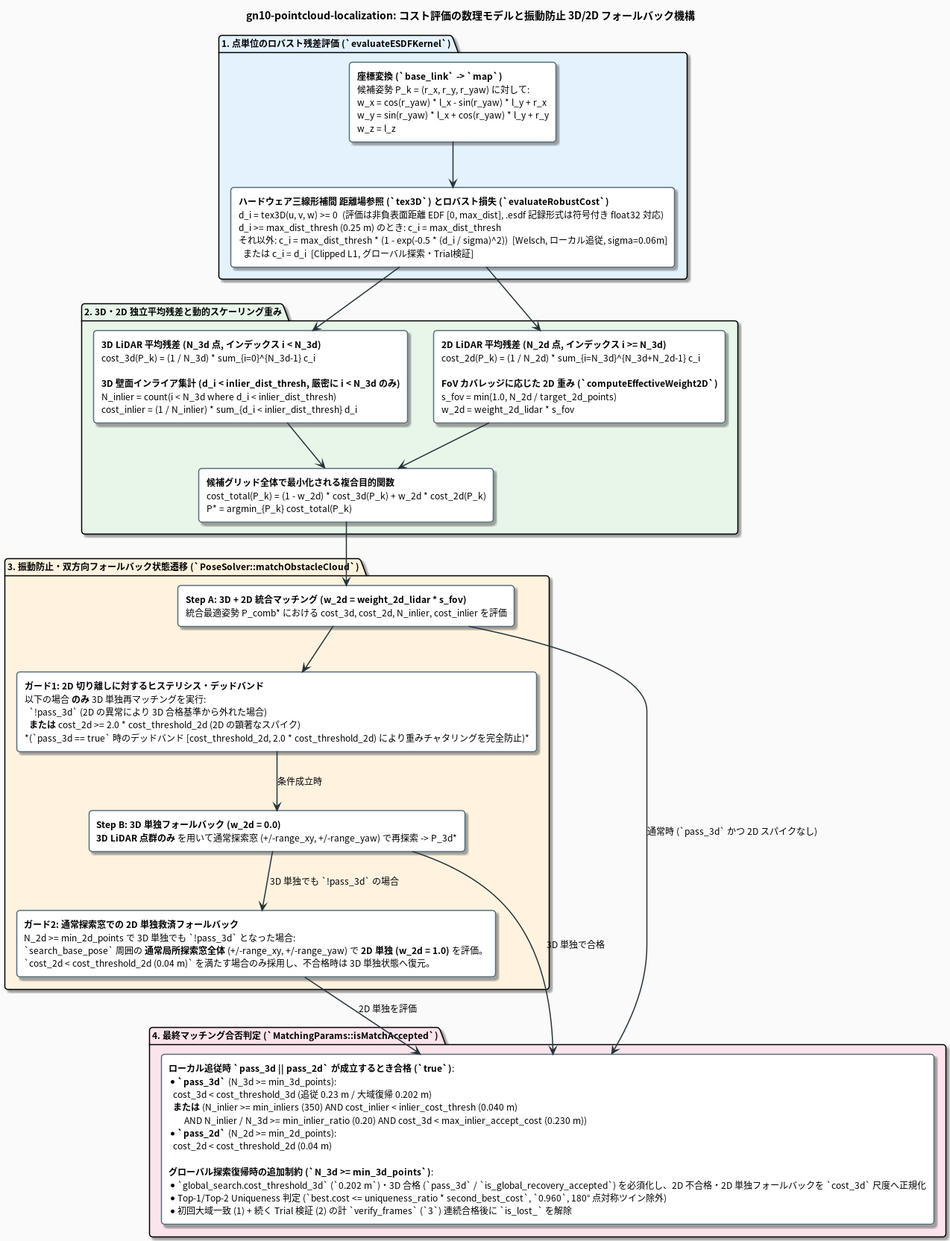
Above: docs/matching_cost_and_weighting_jp.png in tmcit-ararobo-2026a/gn10-pointcloud-localization (PlantUML), before the change. The source it was exported from:
```plantuml
@startuml matching_cost_and_weighting_jp
skinparam backgroundColor #FAFAFA
skinparam defaultFontName "Roboto, Noto Sans CJK JP, sans-serif"
skinparam defaultFontSize 12
skinparam roundCorner 8
skinparam shadowing true
skinparam ArrowColor #263238
skinparam ArrowThickness 1.5

skinparam rectangle {
    BackgroundColor #FFFFFF
    BorderColor #546E7A
    BorderThickness 1.5
}

skinparam note {
    BackgroundColor #FFF8E1
    BorderColor #FFB300
    FontColor #263238
}

title **gn10-pointcloud-localization: コスト評価の数理モデルと振動防止 3D/2D フォールバック機構**

package "1. 点単位のロバスト残差評価 (`evaluateESDFKernel`)" #E3F2FD {
    rectangle "**座標変換 (`base_link` -> `map`)**\n候補姿勢 P_k = (r_x, r_y, r_yaw) に対して:\nw_x = cos(r_yaw) * l_x - sin(r_yaw) * l_y + r_x\nw_y = sin(r_yaw) * l_x + cos(r_yaw) * l_y + r_y\nw_z = l_z" as TF_EQ

    rectangle "**ハードウェア三線形補間 距離場参照 (`tex3D`) とロバスト損失 (`evaluateRobustCost`)**\nd_i = tex3D(u, v, w) >= 0  (評価は非負表面距離 EDF [0, max_dist], .esdf 記録形式は符号付き float32 対応)\nd_i >= max_dist_thresh (0.25 m) のとき: c_i = max_dist_thresh\nそれ以外: c_i = max_dist_thresh * (1 - exp(-0.5 * (d_i / sigma)^2))  [Welsch, ローカル追従, sigma=0.06m]\n  または c_i = d_i  [Clipped L1, グローバル探索・Trial検証]" as CLIP_EQ

    TF_EQ -down-> CLIP_EQ
}

package "2. 3D・2D 独立平均残差と動的スケーリング重み" #E8F5E9 {
    rectangle "**3D LiDAR 平均残差 (N_3d 点, インデックス i < N_3d)**\ncost_3d(P_k) = (1 / N_3d) * sum_{i=0}^{N_3d-1} c_i\n\n**3D 壁面インライア集計 (d_i < inlier_dist_thresh, 厳密に i < N_3d のみ)**\nN_inlier = count(i < N_3d where d_i < inlier_dist_thresh)\ncost_inlier = (1 / N_inlier) * sum_{d_i < inlier_dist_thresh} d_i" as COST_3D

    rectangle "**2D LiDAR 平均残差 (N_2d 点, インデックス i >= N_3d)**\ncost_2d(P_k) = (1 / N_2d) * sum_{i=N_3d}^{N_3d+N_2d-1} c_i\n\n**FoV カバレッジに応じた 2D 重み (`computeEffectiveWeight2D`)**\ns_fov = min(1.0, N_2d / target_2d_points)\nw_2d = weight_2d_lidar * s_fov" as COST_2D

    rectangle "**候補グリッド全体で最小化される複合目的関数**\ncost_total(P_k) = (1 - w_2d) * cost_3d(P_k) + w_2d * cost_2d(P_k)\nP* = argmin_{P_k} cost_total(P_k)" as COMP_EQ

    COST_3D -down-> COMP_EQ
    COST_2D -down-> COMP_EQ
}

CLIP_EQ -down-> COST_3D
CLIP_EQ -down-> COST_2D

package "3. 振動防止・双方向フォールバック状態遷移 (`PoseSolver::matchObstacleCloud`)" #FFF3E0 {
    rectangle "**Step A: 3D + 2D 統合マッチング (w_2d = weight_2d_lidar * s_fov)**\n統合最適姿勢 P_comb* における cost_3d, cost_2d, N_inlier, cost_inlier を評価" as STEP_A

    rectangle "**ガード1: 2D 切り離しに対するヒステリシス・デッドバンド**\n以下の場合 **のみ** 3D 単独再マッチングを実行:\n  `!pass_3d` (2D の異常により 3D 合格基準から外れた場合)\n  **または** cost_2d >= 2.0 * cost_threshold_2d (2D の顕著なスパイク)\n*(`pass_3d == true` 時のデッドバンド [cost_threshold_2d, 2.0 * cost_threshold_2d) により重みチャタリングを完全防止)*" as GUARD_1

    rectangle "**Step B: 3D 単独フォールバック (w_2d = 0.0)**\n**3D LiDAR 点群のみ** を用いて通常探索窓 (+/-range_xy, +/-range_yaw) で再探索 -> P_3d*" as STEP_B

    rectangle "**ガード2: 通常探索窓での 2D 単独救済フォールバック**\nN_2d >= min_2d_points で 3D 単独でも `!pass_3d` となった場合:\n`search_base_pose` 周囲の **通常局所探索窓全体** (+/-range_xy, +/-range_yaw) で **2D 単独 (w_2d = 1.0)** を評価。\n`cost_2d < cost_threshold_2d (0.04 m)` を満たす場合のみ採用し、不合格時は 3D 単独状態へ復元。" as STEP_C

    STEP_A -down-> GUARD_1
    GUARD_1 -down-> STEP_B : 条件成立時
    STEP_B -down-> STEP_C : 3D 単独でも `!pass_3d` の場合
}

COMP_EQ -down-> STEP_A

package "4. 最終マッチング合否判定 (`MatchingParams::isMatchAccepted`)" #FCE4EC {
    rectangle "**ローカル追従時 `pass_3d || pass_2d` が成立するとき合格 (`true`)**:\n* **`pass_3d`** (N_3d >= min_3d_points):\n  cost_3d < cost_threshold_3d (追従 0.23 m / 大域復帰 0.202 m)\n  **または** (N_inlier >= min_inliers (350) AND cost_inlier < inlier_cost_thresh (0.040 m)\n       AND N_inlier / N_3d >= min_inlier_ratio (0.20) AND cost_3d < max_inlier_accept_cost (0.230 m))\n* **`pass_2d`** (N_2d >= min_2d_points):\n  cost_2d < cost_threshold_2d (0.04 m)\n\n**グローバル探索復帰時の追加制約 (`N_3d >= min_3d_points`)**:\n* `global_search.cost_threshold_3d` (`0.202 m`)・3D 合格 (`pass_3d` / `is_global_recovery_accepted`) を必須化し、2D 不合格・2D 単独フォールバックを `cost_3d` 尺度へ正規化\n* Top-1/Top-2 Uniqueness 判定 (`best.cost <= uniqueness_ratio * second_best_cost`, `0.960`, 180° 点対称ツイン除外)\n* 初回大域一致 (1) + 続く Trial 検証 (2) の計 `verify_frames` (`3`) 連続合格後に `is_lost_` を解除" as FINAL_ACCEPT
}

STEP_A -down-> FINAL_ACCEPT : 通常時 (`pass_3d` かつ 2D スパイクなし)
STEP_B -down-> FINAL_ACCEPT : 3D 単独で合格
STEP_C -down-> FINAL_ACCEPT : 2D 単独を評価

@enduml
```
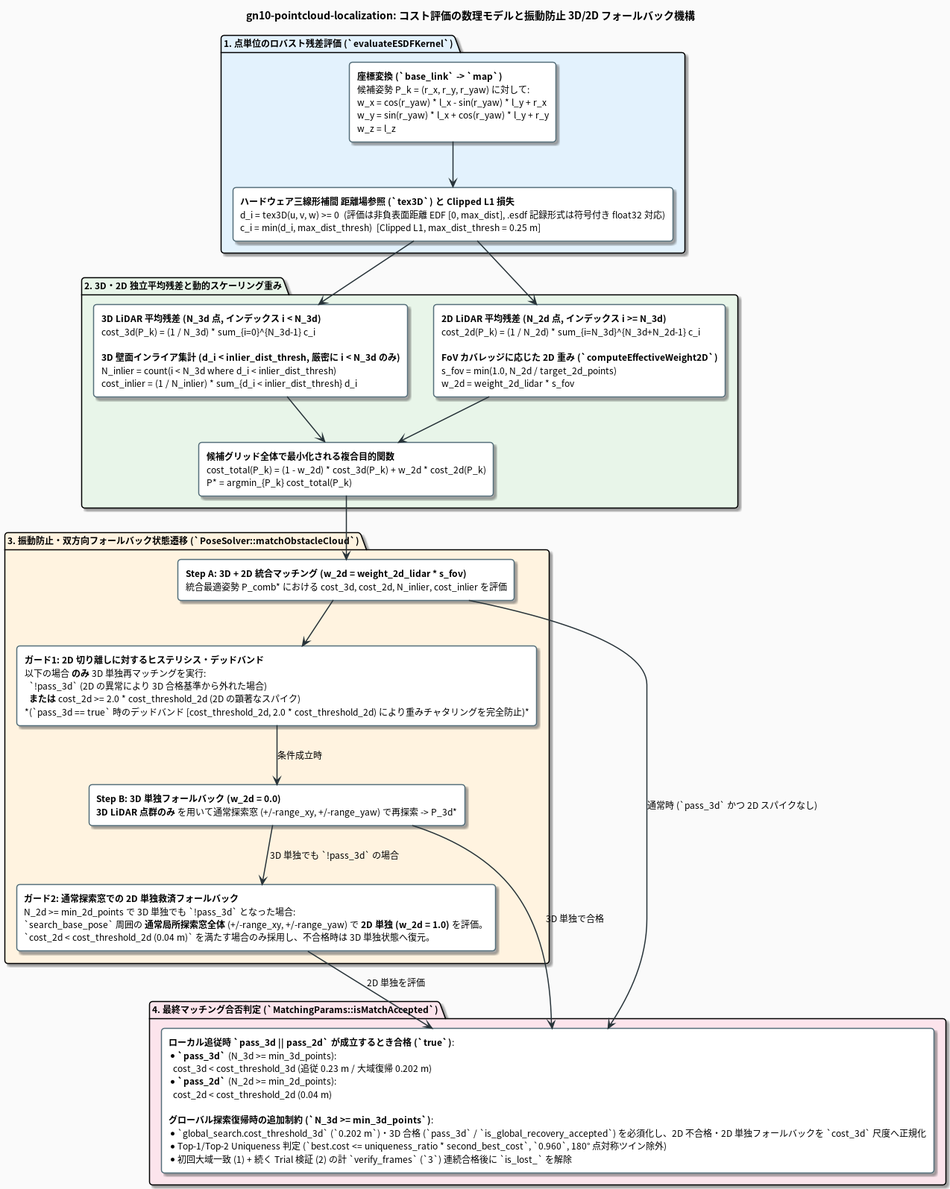
After the commit.

The edit, as a diff of the source:
```diff
@@ -24,7 +24,7 @@
 package "1. 点単位のロバスト残差評価 (`evaluateESDFKernel`)" #E3F2FD {
     rectangle "**座標変換 (`base_link` -> `map`)**\n候補姿勢 P_k = (r_x, r_y, r_yaw) に対して:\nw_x = cos(r_yaw) * l_x - sin(r_yaw) * l_y + r_x\nw_y = sin(r_yaw) * l_x + cos(r_yaw) * l_y + r_y\nw_z = l_z" as TF_EQ
 
-    rectangle "**ハードウェア三線形補間 距離場参照 (`tex3D`) とロバスト損失 (`evaluateRobustCost`)**\nd_i = tex3D(u, v, w) >= 0  (評価は非負表面距離 EDF [0, max_dist], .esdf 記録形式は符号付き float32 対応)\nd_i >= max_dist_thresh (0.25 m) のとき: c_i = max_dist_thresh\nそれ以外: c_i = max_dist_thresh * (1 - exp(-0.5 * (d_i / sigma)^2))  [Welsch, ローカル追従, sigma=0.06m]\n  または c_i = d_i  [Clipped L1, グローバル探索・Trial検証]" as CLIP_EQ
+    rectangle "**ハードウェア三線形補間 距離場参照 (`tex3D`) と Clipped L1 損失**\nd_i = tex3D(u, v, w) >= 0  (評価は非負表面距離 EDF [0, max_dist], .esdf 記録形式は符号付き float32 対応)\nc_i = min(d_i, max_dist_thresh)  [Clipped L1, max_dist_thresh = 0.25 m]" as CLIP_EQ
 
     TF_EQ -down-> CLIP_EQ
 }
@@ -60,7 +60,7 @@
 COMP_EQ -down-> STEP_A
 
 package "4. 最終マッチング合否判定 (`MatchingParams::isMatchAccepted`)" #FCE4EC {
-    rectangle "**ローカル追従時 `pass_3d || pass_2d` が成立するとき合格 (`true`)**:\n* **`pass_3d`** (N_3d >= min_3d_points):\n  cost_3d < cost_threshold_3d (追従 0.23 m / 大域復帰 0.202 m)\n  **または** (N_inlier >= min_inliers (350) AND cost_inlier < inlier_cost_thresh (0.040 m)\n       AND N_inlier / N_3d >= min_inlier_ratio (0.20) AND cost_3d < max_inlier_accept_cost (0.230 m))\n* **`pass_2d`** (N_2d >= min_2d_points):\n  cost_2d < cost_threshold_2d (0.04 m)\n\n**グローバル探索復帰時の追加制約 (`N_3d >= min_3d_points`)**:\n* `global_search.cost_threshold_3d` (`0.202 m`)・3D 合格 (`pass_3d` / `is_global_recovery_accepted`) を必須化し、2D 不合格・2D 単独フォールバックを `cost_3d` 尺度へ正規化\n* Top-1/Top-2 Uniqueness 判定 (`best.cost <= uniqueness_ratio * second_best_cost`, `0.960`, 180° 点対称ツイン除外)\n* 初回大域一致 (1) + 続く Trial 検証 (2) の計 `verify_frames` (`3`) 連続合格後に `is_lost_` を解除" as FINAL_ACCEPT
+    rectangle "**ローカル追従時 `pass_3d || pass_2d` が成立するとき合格 (`true`)**:\n* **`pass_3d`** (N_3d >= min_3d_points):\n  cost_3d < cost_threshold_3d (追従 0.23 m / 大域復帰 0.202 m)\n* **`pass_2d`** (N_2d >= min_2d_points):\n  cost_2d < cost_threshold_2d (0.04 m)\n\n**グローバル探索復帰時の追加制約 (`N_3d >= min_3d_points`)**:\n* `global_search.cost_threshold_3d` (`0.202 m`)・3D 合格 (`pass_3d` / `is_global_recovery_accepted`) を必須化し、2D 不合格・2D 単独フォールバックを `cost_3d` 尺度へ正規化\n* Top-1/Top-2 Uniqueness 判定 (`best.cost <= uniqueness_ratio * second_best_cost`, `0.960`, 180° 点対称ツイン除外)\n* 初回大域一致 (1) + 続く Trial 検証 (2) の計 `verify_frames` (`3`) 連続合格後に `is_lost_` を解除" as FINAL_ACCEPT
 }
 
 STEP_A -down-> FINAL_ACCEPT : 通常時 (`pass_3d` かつ 2D スパイクなし)
```
